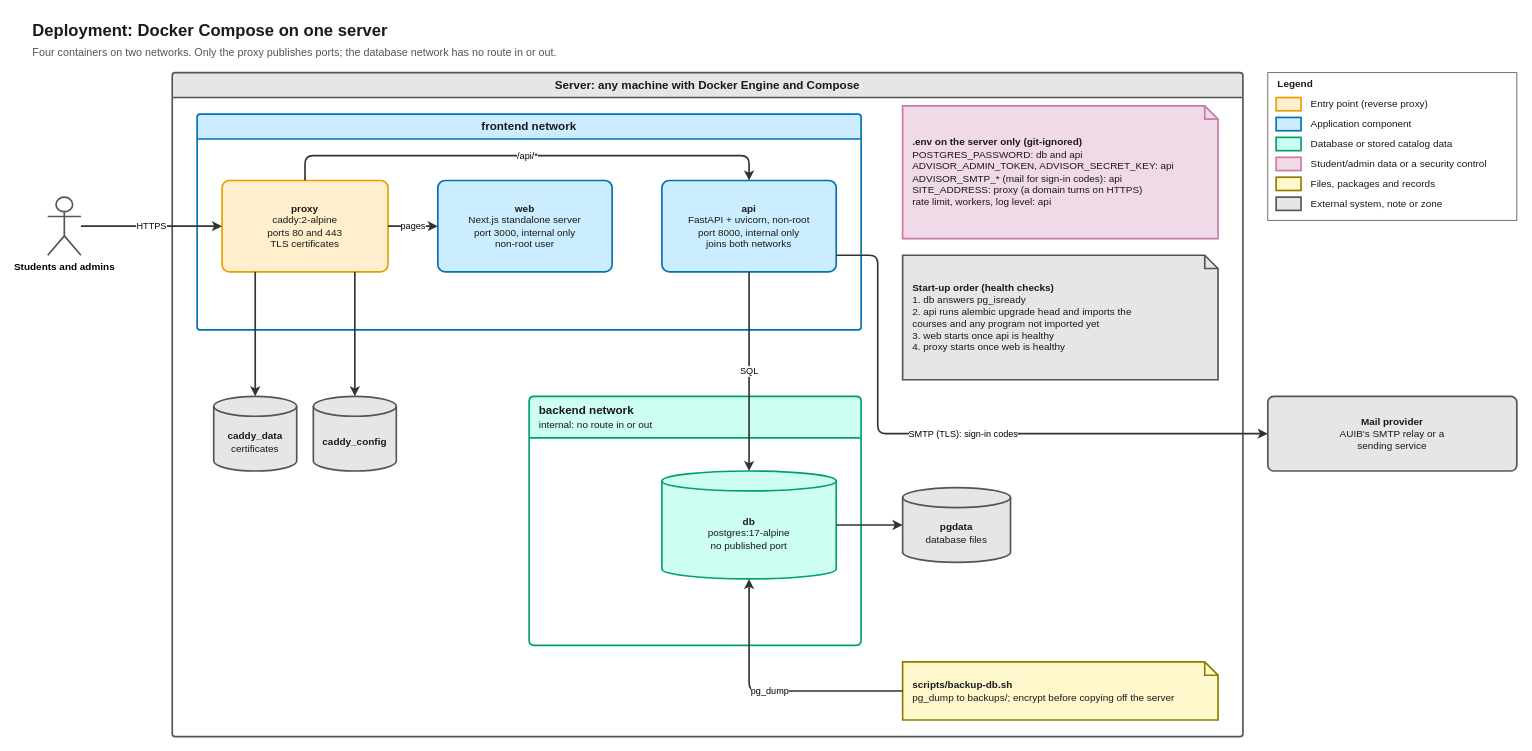
Before: docs/diagrams/01-deployment.drawio in zaniixx/AUIB-Academic-Advisor, a draw.io diagram. Source tidied: cells renumbered, new cells numbered last; positions are measured from the earlier drawing's top-left corner, leaving out a move shared by most shapes. Both pictures are drawn from the tidied source at 83%, with x=0, y=0 at pixel (31, 14).
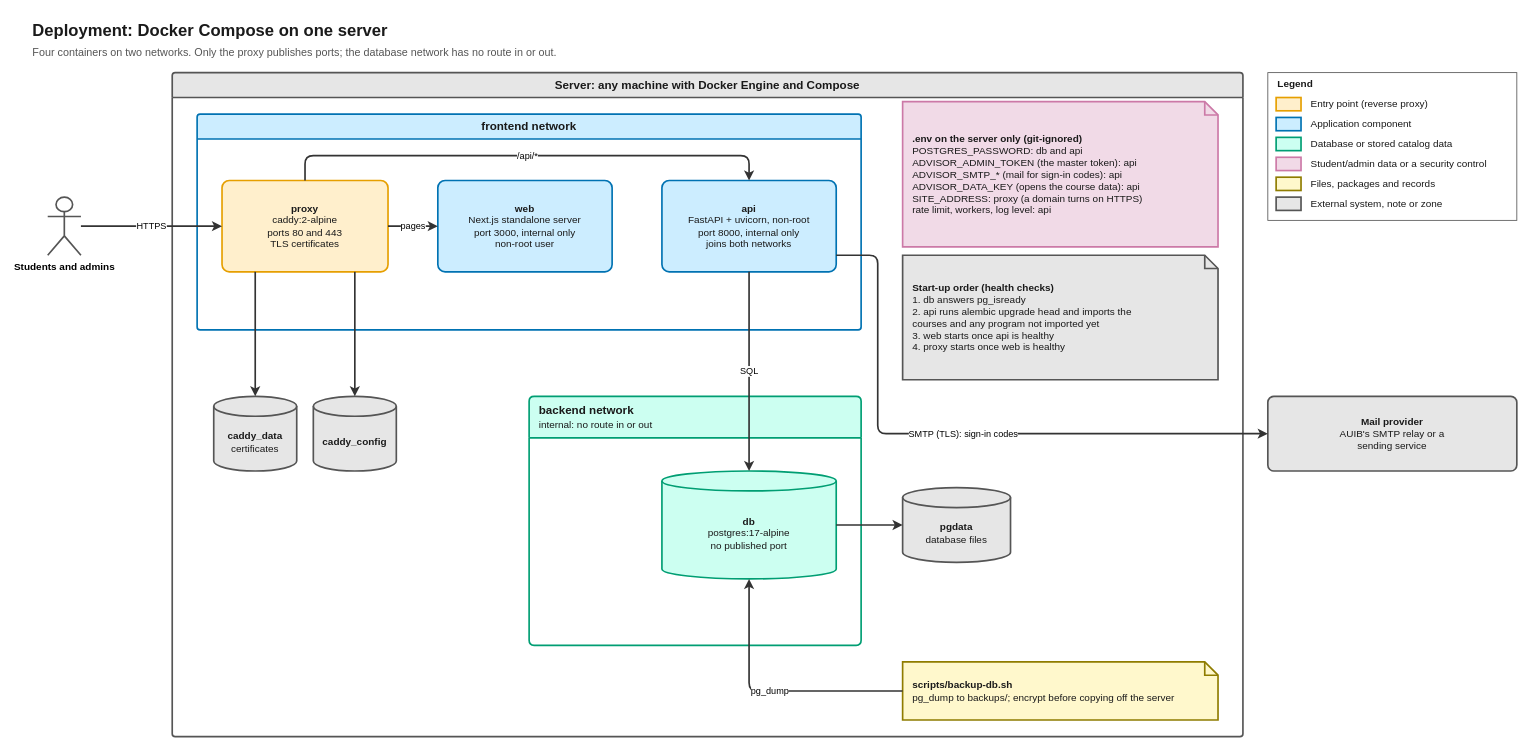
The same diagram, later.

The change refers to these unchanged cells:
```xml
<mxCell id="4" value="Server: any machine with Docker Engine and Compose" style="swimlane;startSize=30;html=1;whiteSpace=wrap;fillColor=#e6e6e6;strokeColor=#555555;swimlaneFillColor=#ffffff;fontColor=#1a1a1a;fontFamily=Helvetica;fontSize=14;fontStyle=1;strokeWidth=2;rounded=1;arcSize=4;" parent="1" vertex="1">
  <mxGeometry x="170" y="70" width="1290" height="800" as="geometry" />
</mxCell>
```

Diff of the diagram source:
```diff
@@
-    <mxCell id="14" value="&lt;b&gt;.env on the server only (git-ignored)&lt;/b&gt;&lt;br&gt;POSTGRES_PASSWORD: db and api&lt;br&gt;ADVISOR_ADMIN_TOKEN, ADVISOR_SECRET_KEY: api&lt;br&gt;ADVISOR_SMTP_* (mail for sign-in codes): api&lt;br&gt;SITE_ADDRESS: proxy (a domain turns on HTTPS)&lt;br&gt;rate limit, workers, log level: api" style="shape=note;size=16;whiteSpace=wrap;html=1;fillColor=#f1dae7;strokeColor=#cc79a7;fontColor=#1a1a1a;fontFamily=Helvetica;fontSize=12;strokeWidth=2;verticalAlign=middle;align=left;spacingLeft=10;spacingRight=10;" parent="4" vertex="1">
-      <mxGeometry x="880" y="40" width="380" height="160" as="geometry" />
+    <mxCell id="14" value="&lt;b&gt;.env on the server only (git-ignored)&lt;/b&gt;&lt;br&gt;POSTGRES_PASSWORD: db and api&lt;br&gt;ADVISOR_ADMIN_TOKEN (the master token): api&lt;br&gt;ADVISOR_SMTP_* (mail for sign-in codes): api&lt;br&gt;ADVISOR_DATA_KEY (opens the course data): api&lt;br&gt;SITE_ADDRESS: proxy (a domain turns on HTTPS)&lt;br&gt;rate limit, workers, log level: api" style="shape=note;size=16;whiteSpace=wrap;html=1;fillColor=#f1dae7;strokeColor=#cc79a7;fontColor=#1a1a1a;fontFamily=Helvetica;fontSize=12;strokeWidth=2;verticalAlign=middle;align=left;spacingLeft=10;spacingRight=10;" parent="4" vertex="1">
+      <mxGeometry x="880" y="35" width="380" height="175" as="geometry" />
     </mxCell>
```
